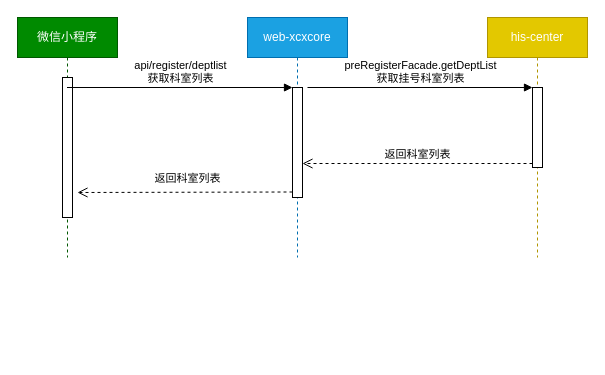
Before: 获取科室列表.drawio in beautyofsoul/drowio, a draw.io diagram. Source tidied: cells renumbered, new cells numbered last; positions are measured from the earlier drawing's top-left corner, leaving out a move shared by most shapes. Both pictures are drawn from the tidied source at 100%, with x=0, y=0 at pixel (17, 17).
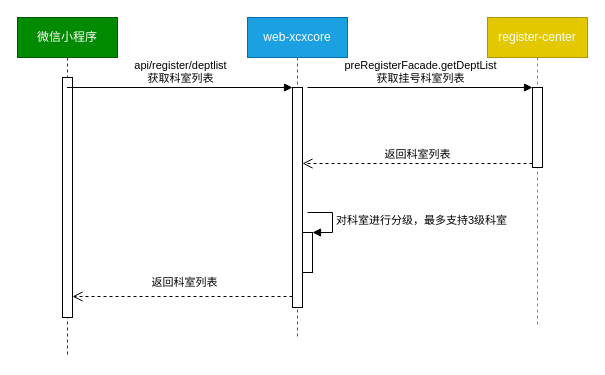
The same page after the edit.

Commit message:
更新获取科室列表.drawio

Change to the diagram source:
```diff
@@
 <mxGraphModel>
   <root>
     <mxCell id="0" />
     <mxCell id="1" parent="0" />
     <mxCell id="2" value="微信小程序" style="shape=umlLifeline;perimeter=lifelinePerimeter;whiteSpace=wrap;html=1;outlineConnect=0;fillColor=#008a00;strokeColor=#005700;fontColor=#ffffff;" parent="1" vertex="1">
-      <mxGeometry width="100" height="240" as="geometry" />
+      <mxGeometry width="100" height="340" as="geometry" />
     </mxCell>
     <mxCell id="3" style="html=1;points=[];perimeter=orthogonalPerimeter;" parent="2" vertex="1">
-      <mxGeometry x="45" y="60" width="10" height="140" as="geometry" />
+      <mxGeometry x="45" y="60" width="10" height="240" as="geometry" />
     </mxCell>
     <mxCell id="4" value="web-xcxcore" style="shape=umlLifeline;perimeter=lifelinePerimeter;whiteSpace=wrap;html=1;fillColor=#1ba1e2;strokeColor=#006EAF;fontColor=#ffffff;" parent="1" vertex="1">
-      <mxGeometry x="230" width="100" height="240" as="geometry" />
+      <mxGeometry x="230" width="100" height="320" as="geometry" />
     </mxCell>
     <mxCell id="5" style="html=1;points=[];perimeter=orthogonalPerimeter;" parent="4" vertex="1">
-      <mxGeometry x="45" y="70" width="10" height="110" as="geometry" />
+      <mxGeometry x="45" y="70" width="10" height="220" as="geometry" />
     </mxCell>
+    <mxCell id="12" style="html=1;points=[];perimeter=orthogonalPerimeter;" parent="4" vertex="1">
+      <mxGeometry x="55" y="215" width="10" height="40" as="geometry" />
+    </mxCell>
+    <mxCell id="13" value="对科室进行分级，最多支持3级科室" style="edgeStyle=orthogonalEdgeStyle;html=1;align=left;spacingLeft=2;endArrow=block;rounded=0;entryX=1;entryY=0;" parent="4" edge="1" target="12">
+      <mxGeometry relative="1" as="geometry">
+        <mxPoint x="60" y="195" as="sourcePoint" />
+        <Array as="points">
+          <mxPoint x="85" y="195" />
+        </Array>
+      </mxGeometry>
+    </mxCell>
-    <mxCell id="6" value="his-center" style="shape=umlLifeline;perimeter=lifelinePerimeter;whiteSpace=wrap;html=1;fillColor=#e3c800;strokeColor=#B09500;fontColor=#ffffff;" parent="1" vertex="1">
-      <mxGeometry x="470" width="100" height="240" as="geometry" />
+    <mxCell id="6" value="register-center" style="shape=umlLifeline;perimeter=lifelinePerimeter;whiteSpace=wrap;html=1;fillColor=#e3c800;strokeColor=#B09500;fontColor=#ffffff;" parent="1" vertex="1">
+      <mxGeometry x="470" width="100" height="310" as="geometry" />
     </mxCell>
     <mxCell id="7" style="html=1;points=[];perimeter=orthogonalPerimeter;" parent="6" vertex="1">
       <mxGeometry x="45" y="70" width="10" height="80" as="geometry" />
     </mxCell>
     <mxCell id="8" value="&lt;div&gt;api/register/deptlist&lt;/div&gt;&lt;div&gt;获取科室列表&lt;br&gt;&lt;/div&gt;" style="html=1;verticalAlign=bottom;endArrow=block;entryX=0;entryY=0;" parent="1" edge="1" source="2" target="5">
       <mxGeometry relative="1" as="geometry" />
     </mxCell>
-    <mxCell id="9" value="返回科室列表" style="html=1;verticalAlign=bottom;endArrow=open;dashed=1;endSize=8;exitX=0;exitY=0.95;" parent="1" edge="1" source="5">
-      <mxGeometry x="-0.02" y="-5" relative="1" as="geometry">
-        <mxPoint x="60" y="175" as="targetPoint" />
-      </mxGeometry>
+    <mxCell id="9" value="返回科室列表" style="html=1;verticalAlign=bottom;endArrow=open;dashed=1;endSize=8;exitX=0;exitY=0.95;" parent="1" edge="1" source="5" target="3">
+      <mxGeometry x="-0.02" y="-5" relative="1" as="geometry" />
     </mxCell>
     <mxCell id="10" value="&lt;div&gt;preRegisterFacade.getDeptList&lt;/div&gt;&lt;div&gt;获取挂号科室列表&lt;br&gt;&lt;/div&gt;" style="html=1;verticalAlign=bottom;endArrow=block;entryX=0;entryY=0;exitX=1.5;exitY=0;exitDx=0;exitDy=0;exitPerimeter=0;" parent="1" edge="1" source="5" target="7">
       <mxGeometry relative="1" as="geometry" />
     </mxCell>
     <mxCell id="11" value="返回科室列表" style="html=1;verticalAlign=bottom;endArrow=open;dashed=1;endSize=8;exitX=0;exitY=0.95;" parent="1" edge="1" source="7" target="5">
       <mxGeometry relative="1" as="geometry" />
     </mxCell>
   </root>
 </mxGraphModel>
```
